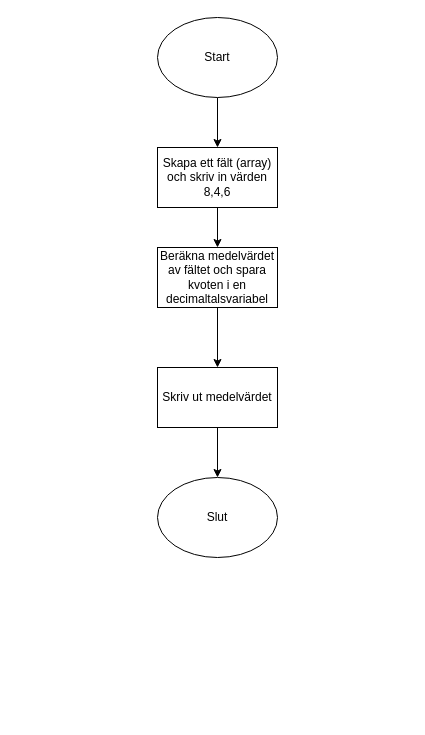
This is Uppg 2.drawio from TE22A-Haukebo-Meo/Pseudo-Uppg-2, a draw.io file, before an edit. Source tidied: cells renumbered, new cells numbered last; positions are measured from the earlier drawing's top-left corner, leaving out a move shared by most shapes. Both pictures are drawn from the tidied source at 100%, with x=0, y=0 at pixel (157, 17).
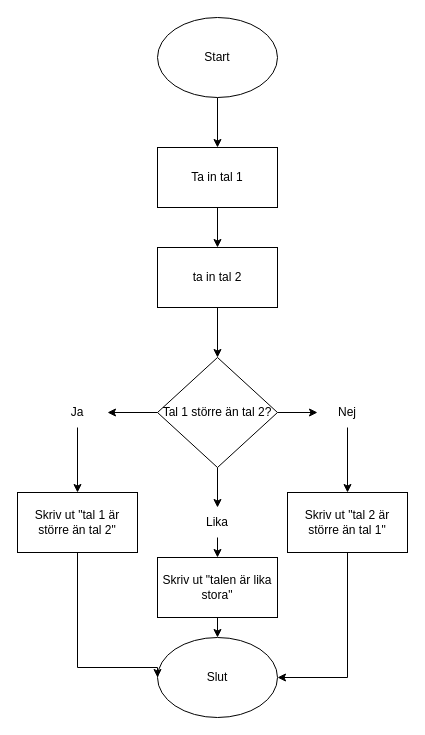
The same diagram, later.

Commit message:
Uppg c klar

What changed in the source:
```diff
@@
-    <mxCell id="5" value="Skapa ett fält (array) och skriv in värden 8,4,6" style="rounded=0;whiteSpace=wrap;html=1;" parent="1" vertex="1">
+    <mxCell id="5" value="Ta in tal 1" style="rounded=0;whiteSpace=wrap;html=1;" parent="1" vertex="1">
       <mxGeometry y="130" width="120" height="60" as="geometry" />
     </mxCell>
-    <mxCell id="6" style="edgeStyle=orthogonalEdgeStyle;rounded=0;jettySize=auto;html=1;entryX=0.5;entryY=0;entryDx=0;entryDy=0;" parent="1" edge="1" source="7" target="9">
+    <mxCell id="6" style="edgeStyle=orthogonalEdgeStyle;rounded=0;jettySize=auto;html=1;entryX=0.5;entryY=0;entryDx=0;entryDy=0;" parent="1" edge="1" source="7" target="14">
       <mxGeometry relative="1" as="geometry" />
     </mxCell>
-    <mxCell id="7" value="Beräkna medelvärdet av fältet och spara kvoten i en decimaltalsvariabel" style="rounded=0;whiteSpace=wrap;html=1;" parent="1" vertex="1">
+    <mxCell id="7" value="ta in tal 2" style="rounded=0;whiteSpace=wrap;html=1;" parent="1" vertex="1">
       <mxGeometry y="230" width="120" height="60" as="geometry" />
     </mxCell>
-    <mxCell id="8" style="edgeStyle=orthogonalEdgeStyle;rounded=0;jettySize=auto;html=1;" parent="1" edge="1" source="9" target="10">
-      <mxGeometry relative="1" as="geometry" />
-    </mxCell>
-    <mxCell id="9" value="Skriv ut medelvärdet" style="rounded=0;whiteSpace=wrap;html=1;" parent="1" vertex="1">
-      <mxGeometry y="350" width="120" height="60" as="geometry" />
-    </mxCell>
     <mxCell id="10" value="Slut" style="ellipse;whiteSpace=wrap;html=1;" parent="1" vertex="1">
-      <mxGeometry y="460" width="120" height="80" as="geometry" />
+      <mxGeometry y="620" width="120" height="80" as="geometry" />
     </mxCell>
+    <mxCell id="11" style="edgeStyle=orthogonalEdgeStyle;rounded=0;jettySize=auto;html=1;" parent="1" edge="1" source="14" target="18">
+      <mxGeometry relative="1" as="geometry" />
+    </mxCell>
+    <mxCell id="12" style="edgeStyle=orthogonalEdgeStyle;rounded=0;jettySize=auto;html=1;" parent="1" edge="1" source="14" target="20">
+      <mxGeometry relative="1" as="geometry" />
+    </mxCell>
+    <mxCell id="13" style="edgeStyle=orthogonalEdgeStyle;rounded=0;jettySize=auto;html=1;" parent="1" edge="1" source="14" target="16">
+      <mxGeometry relative="1" as="geometry" />
+    </mxCell>
+    <mxCell id="14" value="Tal 1 större än tal 2?" style="rhombus;whiteSpace=wrap;html=1;" parent="1" vertex="1">
+      <mxGeometry y="340" width="120" height="110" as="geometry" />
+    </mxCell>
+    <mxCell id="15" style="edgeStyle=orthogonalEdgeStyle;rounded=0;jettySize=auto;html=1;" parent="1" edge="1" source="16" target="24">
+      <mxGeometry relative="1" as="geometry" />
+    </mxCell>
+    <mxCell id="16" value="Nej" style="text;html=1;strokeColor=none;fillColor=none;align=center;verticalAlign=middle;whiteSpace=wrap;rounded=0;" parent="1" vertex="1">
+      <mxGeometry x="160" y="380" width="60" height="30" as="geometry" />
+    </mxCell>
+    <mxCell id="17" style="edgeStyle=orthogonalEdgeStyle;rounded=0;jettySize=auto;html=1;" parent="1" edge="1" source="18" target="22">
+      <mxGeometry relative="1" as="geometry" />
+    </mxCell>
+    <mxCell id="18" value="Ja" style="text;html=1;strokeColor=none;fillColor=none;align=center;verticalAlign=middle;whiteSpace=wrap;rounded=0;" parent="1" vertex="1">
+      <mxGeometry x="-110" y="380" width="60" height="30" as="geometry" />
+    </mxCell>
+    <mxCell id="19" style="edgeStyle=orthogonalEdgeStyle;rounded=0;jettySize=auto;html=1;exitX=0.5;exitY=1;exitDx=0;exitDy=0;entryX=0.5;entryY=0;entryDx=0;entryDy=0;" parent="1" edge="1" source="20" target="26">
+      <mxGeometry relative="1" as="geometry" />
+    </mxCell>
+    <mxCell id="20" value="Lika" style="text;html=1;strokeColor=none;fillColor=none;align=center;verticalAlign=middle;whiteSpace=wrap;rounded=0;" parent="1" vertex="1">
+      <mxGeometry x="30" y="490" width="60" height="30" as="geometry" />
+    </mxCell>
+    <mxCell id="21" style="edgeStyle=orthogonalEdgeStyle;rounded=0;jettySize=auto;html=1;entryX=0;entryY=0.5;entryDx=0;entryDy=0;" parent="1" edge="1" source="22" target="10">
+      <mxGeometry relative="1" as="geometry">
+        <Array as="points">
+          <mxPoint x="-80" y="650" />
+          <mxPoint y="650" />
+        </Array>
+      </mxGeometry>
+    </mxCell>
+    <mxCell id="22" value="Skriv ut &quot;tal 1 är större än tal 2&quot;" style="whiteSpace=wrap;html=1;" parent="1" vertex="1">
+      <mxGeometry x="-140" y="475" width="120" height="60" as="geometry" />
+    </mxCell>
+    <mxCell id="23" style="edgeStyle=orthogonalEdgeStyle;rounded=0;jettySize=auto;html=1;entryX=1;entryY=0.5;entryDx=0;entryDy=0;" parent="1" edge="1" source="24" target="10">
+      <mxGeometry relative="1" as="geometry">
+        <Array as="points">
+          <mxPoint x="190" y="660" />
+        </Array>
+      </mxGeometry>
+    </mxCell>
+    <mxCell id="24" value="Skriv ut &quot;tal 2 är större än tal 1&quot;" style="whiteSpace=wrap;html=1;" parent="1" vertex="1">
+      <mxGeometry x="130" y="475" width="120" height="60" as="geometry" />
+    </mxCell>
+    <mxCell id="25" style="edgeStyle=orthogonalEdgeStyle;rounded=0;jettySize=auto;html=1;exitX=0.5;exitY=1;exitDx=0;exitDy=0;entryX=0.5;entryY=0;entryDx=0;entryDy=0;" parent="1" edge="1" source="26" target="10">
+      <mxGeometry relative="1" as="geometry" />
+    </mxCell>
+    <mxCell id="26" value="Skriv ut &quot;talen är lika stora&quot;" style="rounded=0;whiteSpace=wrap;html=1;" parent="1" vertex="1">
+      <mxGeometry y="540" width="120" height="60" as="geometry" />
+    </mxCell>
```
